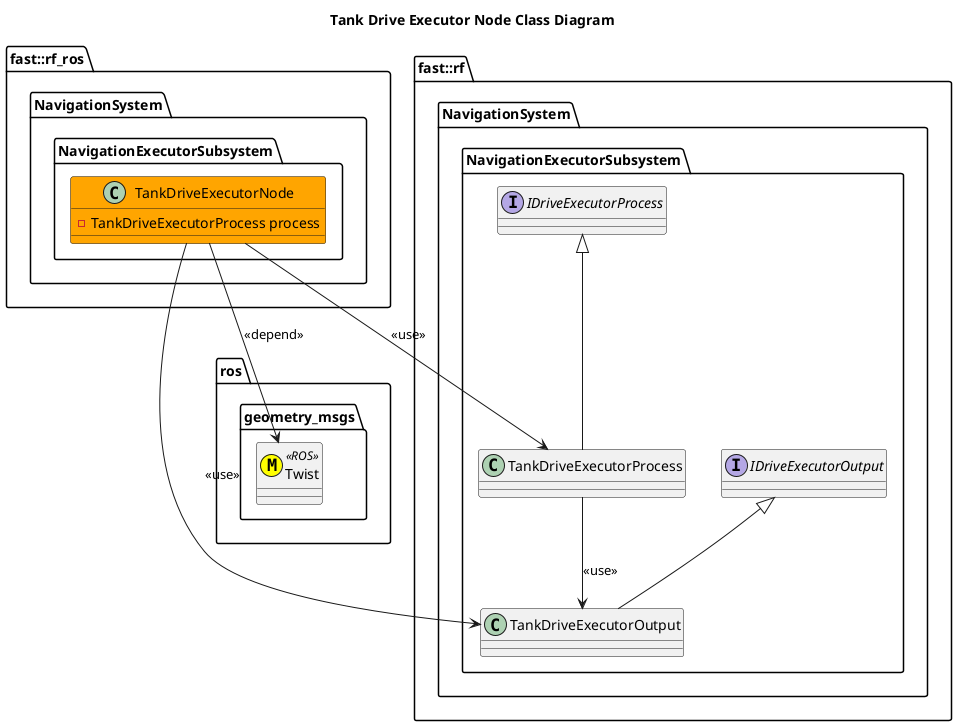
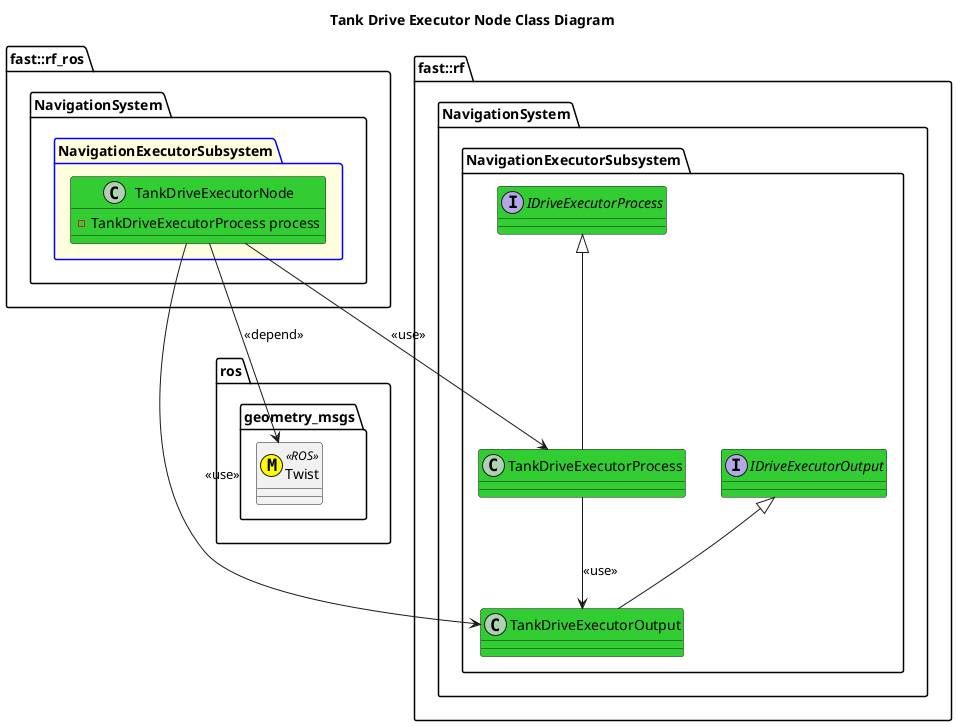
@startuml
title Tank Drive Executor Node Class Diagram

namespace ros {
  namespace geometry_msgs {
      class Twist <<(M,#FFFF00)>> <<ROS>>
  }
}
namespace fast::rf {
    namespace NavigationSystem {
        namespace NavigationExecutorSubsystem {
-             interface IDriveExecutorProcess
-             interface IDriveExecutorOutput
-             class TankDriveExecutorProcess
-             class TankDriveExecutorOutput
+             interface IDriveExecutorProcess #LimeGreen {}
+             interface IDriveExecutorOutput #LimeGreen {}
+             class TankDriveExecutorProcess #LimeGreen {}
+             class TankDriveExecutorOutput #LimeGreen {}
            TankDriveExecutorProcess -up-|> IDriveExecutorProcess

            TankDriveExecutorOutput -up-|> IDriveExecutorOutput
            TankDriveExecutorProcess --> TankDriveExecutorOutput: <<use>>
        }
    }
}
namespace fast::rf_ros {
   namespace NavigationSystem {
-         namespace NavigationExecutorSubsystem {
-             class TankDriveExecutorNode #Orange {
+         package NavigationExecutorSubsystem #LightYellow;line:blue {
+             class TankDriveExecutorNode #LimeGreen {
                -TankDriveExecutorProcess process
            }
            TankDriveExecutorNode --> TankDriveExecutorProcess: <<use>>
            TankDriveExecutorNode --> TankDriveExecutorOutput: <<use>>
            TankDriveExecutorNode --> Twist: <<depend>>
        }
    }
}
@enduml
